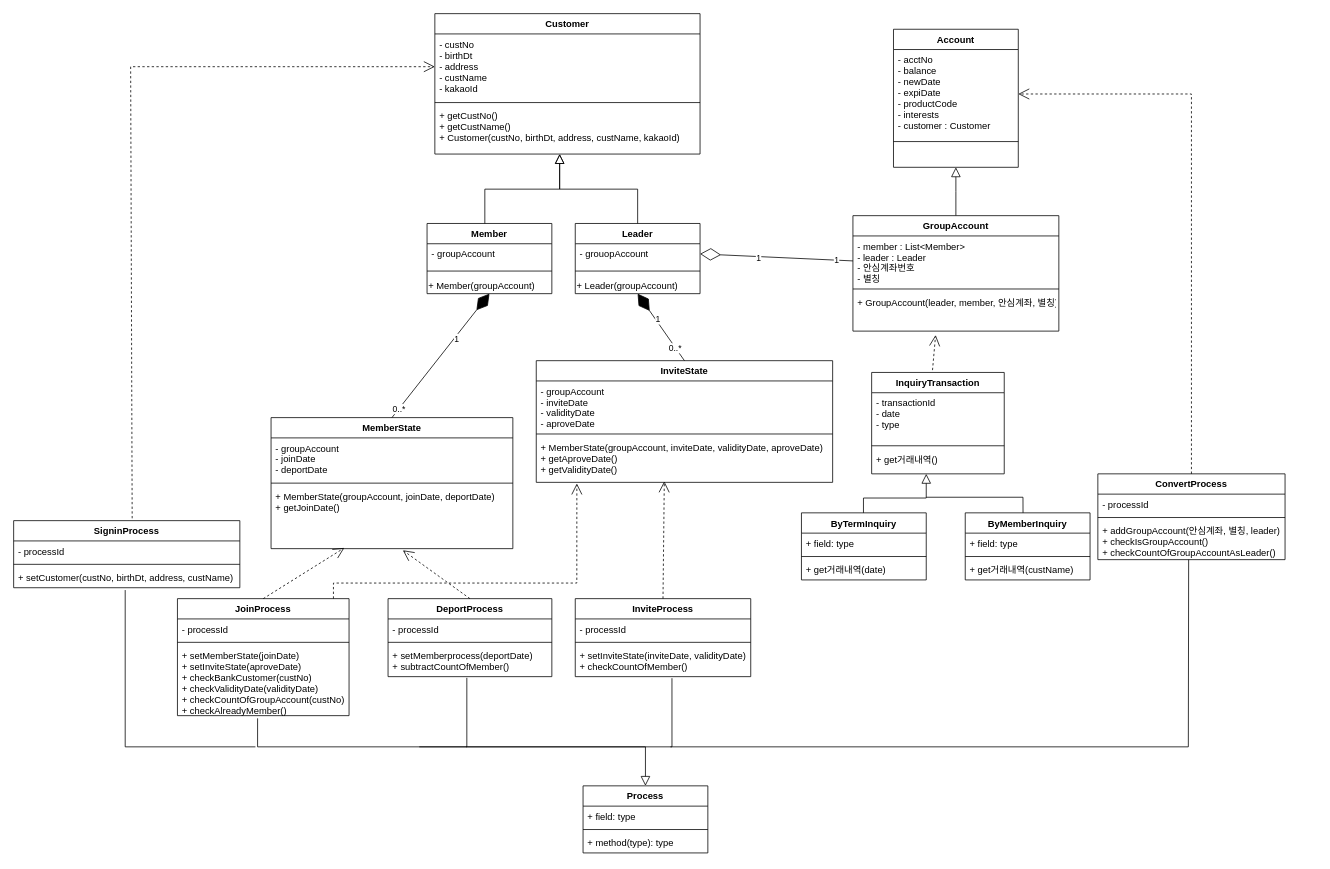
h22j2n/BeakJoon keeps this draw.io diagram as Class Diagram.drawio. Above is the earlier version. Source tidied: cells renumbered, new cells numbered last; positions are measured from the earlier drawing's top-left corner, leaving out a move shared by most shapes. Both pictures are drawn from the tidied source at 78%, with x=0, y=0 at pixel (13, 13).
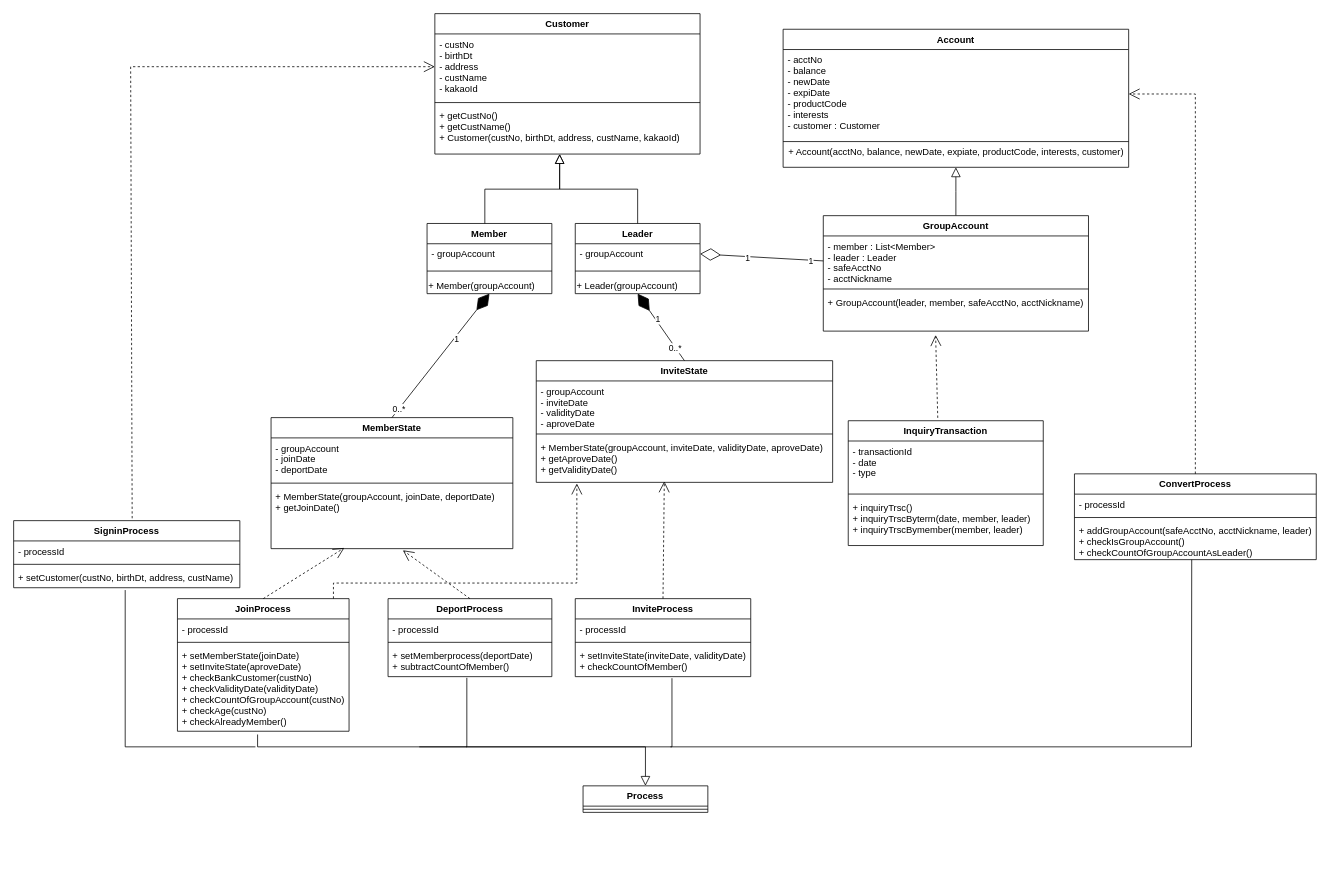
The same page after the edit.

The change refers to these unchanged cells:
```xml
<mxCell id="18" value="Leader" style="swimlane;fontStyle=1;align=center;verticalAlign=top;horizontal=1;startSize=26;" parent="1" vertex="1">
  <mxGeometry x="720" y="269" width="160" height="90" as="geometry" />
</mxCell>
```

Diff of the diagram source:
```diff
@@
     <mxCell id="2" value="Account" style="swimlane;fontStyle=1;align=center;verticalAlign=top;horizontal=1;startSize=26;rounded=0;shadow=0;strokeWidth=1;" parent="1" vertex="1">
-      <mxGeometry x="1128" y="20" width="160" height="177" as="geometry" />
+      <mxGeometry x="986.5" y="20" width="443" height="177" as="geometry" />
     </mxCell>
     <mxCell id="3" value="- acctNo&#10;- balance&#10;- newDate&#10;- expiDate&#10;- productCode&#10;- interests&#10;- customer : Customer" style="text;align=left;verticalAlign=top;spacingLeft=4;spacingRight=4;overflow=hidden;points=[[0,0.5],[1,0.5]];portConstraint=eastwest;" parent="2" vertex="1">
-      <mxGeometry y="26" width="160" height="114" as="geometry" />
+      <mxGeometry y="26" width="443" height="114" as="geometry" />
     </mxCell>
     <mxCell id="4" style="line;html=1;strokeWidth=1;align=left;verticalAlign=middle;spacingTop=-1;spacingLeft=3;spacingRight=3;labelPosition=right;" parent="2" vertex="1">
-      <mxGeometry y="140" width="160" height="8" as="geometry" />
+      <mxGeometry y="140" width="443" height="8" as="geometry" />
     </mxCell>
+    <mxCell id="91" value="+ Account(acctNo, balance, newDate, expiate, productCode, interests, customer)&lt;br&gt;" style="text;html=1;align=center;verticalAlign=middle;" parent="2" vertex="1">
+      <mxGeometry y="148" width="443" height="20" as="geometry" />
+    </mxCell>
@@
     <mxCell id="6" value="GroupAccount" style="swimlane;fontStyle=1;align=center;verticalAlign=top;horizontal=1;startSize=26;" parent="1" vertex="1">
-      <mxGeometry x="1076" y="259" width="264" height="148" as="geometry" />
+      <mxGeometry x="1038" y="259" width="340" height="148" as="geometry" />
     </mxCell>
-    <mxCell id="7" value="- member : List&lt;Member&gt;&#10;- leader : Leader&#10;- 안심계좌번호&#10;- 별칭" style="text;strokeColor=none;fillColor=none;align=left;verticalAlign=top;spacingLeft=4;spacingRight=4;overflow=hidden;points=[[0,0.5],[1,0.5]];portConstraint=eastwest;" parent="6" vertex="1">
-      <mxGeometry y="26" width="264" height="64" as="geometry" />
+    <mxCell id="7" value="- member : List&lt;Member&gt;&#10;- leader : Leader&#10;- safeAcctNo&#10;- acctNickname" style="text;strokeColor=none;fillColor=none;align=left;verticalAlign=top;spacingLeft=4;spacingRight=4;overflow=hidden;points=[[0,0.5],[1,0.5]];portConstraint=eastwest;" parent="6" vertex="1">
+      <mxGeometry y="26" width="340" height="64" as="geometry" />
     </mxCell>
     <mxCell id="8" style="line;strokeWidth=1;fillColor=none;align=left;verticalAlign=middle;spacingTop=-1;spacingLeft=3;spacingRight=3;labelPosition=right;" parent="6" vertex="1">
-      <mxGeometry y="90" width="264" height="8" as="geometry" />
+      <mxGeometry y="90" width="340" height="8" as="geometry" />
     </mxCell>
-    <mxCell id="9" value="+ GroupAccount(leader, member, 안심계좌, 별칭)" style="text;strokeColor=none;fillColor=none;align=left;verticalAlign=top;spacingLeft=4;spacingRight=4;overflow=hidden;" parent="6" vertex="1">
-      <mxGeometry y="98" width="264" height="50" as="geometry" />
+    <mxCell id="9" value="+ GroupAccount(leader, member, safeAcctNo, acctNickname)" style="text;strokeColor=none;fillColor=none;align=left;verticalAlign=top;spacingLeft=4;spacingRight=4;overflow=hidden;" parent="6" vertex="1">
+      <mxGeometry y="98" width="340" height="50" as="geometry" />
     </mxCell>
@@
-    <mxCell id="19" value="- grouopAccount" style="text;strokeColor=none;fillColor=none;align=left;verticalAlign=top;spacingLeft=4;spacingRight=4;overflow=hidden;points=[[0,0.5],[1,0.5]];portConstraint=eastwest;" parent="18" vertex="1">
+    <mxCell id="19" value="- groupAccount" style="text;strokeColor=none;fillColor=none;align=left;verticalAlign=top;spacingLeft=4;spacingRight=4;overflow=hidden;points=[[0,0.5],[1,0.5]];portConstraint=eastwest;" parent="18" vertex="1">
       <mxGeometry y="26" width="160" height="26" as="geometry" />
     </mxCell>
@@
     <mxCell id="34" value="JoinProcess" style="swimlane;fontStyle=1;align=center;verticalAlign=top;horizontal=1;startSize=26;" parent="1" vertex="1">
-      <mxGeometry x="210" y="750" width="220" height="150" as="geometry" />
+      <mxGeometry x="210" y="750" width="220" height="170" as="geometry" />
     </mxCell>
@@
-    <mxCell id="37" value="+ setMemberState(joinDate)&#10;+ setInviteState(aproveDate)&#10;+ checkBankCustomer(custNo)&#10;+ checkValidityDate(validityDate)&#10;+ checkCountOfGroupAccount(custNo)&#10;+ checkAlreadyMember()" style="text;strokeColor=none;fillColor=none;align=left;verticalAlign=top;spacingLeft=4;spacingRight=4;overflow=hidden;points=[[0,0.5],[1,0.5]];portConstraint=eastwest;" parent="34" vertex="1">
-      <mxGeometry y="60" width="220" height="90" as="geometry" />
+    <mxCell id="37" value="+ setMemberState(joinDate)&#10;+ setInviteState(aproveDate)&#10;+ checkBankCustomer(custNo)&#10;+ checkValidityDate(validityDate)&#10;+ checkCountOfGroupAccount(custNo)&#10;+ checkAge(custNo)&#10;+ checkAlreadyMember()" style="text;strokeColor=none;fillColor=none;align=left;verticalAlign=top;spacingLeft=4;spacingRight=4;overflow=hidden;points=[[0,0.5],[1,0.5]];portConstraint=eastwest;" parent="34" vertex="1">
+      <mxGeometry y="60" width="220" height="110" as="geometry" />
     </mxCell>
@@
     <mxCell id="42" value="Process" style="swimlane;fontStyle=1;align=center;verticalAlign=top;horizontal=1;startSize=26;" parent="1" vertex="1">
-      <mxGeometry x="730" y="990" width="160" height="86" as="geometry" />
+      <mxGeometry x="730" y="990" width="160" height="34" as="geometry" />
     </mxCell>
-    <mxCell id="43" value="+ field: type" style="text;strokeColor=none;fillColor=none;align=left;verticalAlign=top;spacingLeft=4;spacingRight=4;overflow=hidden;" parent="42" vertex="1">
-      <mxGeometry y="26" width="160" height="26" as="geometry" />
-    </mxCell>
     <mxCell id="44" style="line;strokeWidth=1;fillColor=none;align=left;verticalAlign=middle;spacingTop=-1;spacingLeft=3;spacingRight=3;labelPosition=right;" parent="42" vertex="1">
-      <mxGeometry y="52" width="160" height="8" as="geometry" />
+      <mxGeometry y="26" width="160" height="8" as="geometry" />
     </mxCell>
-    <mxCell id="45" value="+ method(type): type" style="text;strokeColor=none;fillColor=none;align=left;verticalAlign=top;spacingLeft=4;spacingRight=4;overflow=hidden;" parent="42" vertex="1">
-      <mxGeometry y="60" width="160" height="26" as="geometry" />
-    </mxCell>
@@
     <mxCell id="50" value="InquiryTransaction" style="swimlane;fontStyle=1;align=center;verticalAlign=top;horizontal=1;startSize=26;" parent="1" vertex="1">
-      <mxGeometry x="1100" y="460" width="170" height="130" as="geometry" />
+      <mxGeometry x="1070" y="521.9" width="250" height="160" as="geometry" />
     </mxCell>
     <mxCell id="51" value="- transactionId&#10;- date&#10;- type" style="text;strokeColor=none;fillColor=none;align=left;verticalAlign=top;spacingLeft=4;spacingRight=4;overflow=hidden;" parent="50" vertex="1">
-      <mxGeometry y="26" width="170" height="64" as="geometry" />
+      <mxGeometry y="26" width="250" height="64" as="geometry" />
     </mxCell>
     <mxCell id="52" style="line;strokeWidth=1;fillColor=none;align=left;verticalAlign=middle;spacingTop=-1;spacingLeft=3;spacingRight=3;labelPosition=right;" parent="50" vertex="1">
-      <mxGeometry y="90" width="170" height="8" as="geometry" />
+      <mxGeometry y="90" width="250" height="8" as="geometry" />
     </mxCell>
-    <mxCell id="53" value="+ get거래내역()" style="text;strokeColor=none;fillColor=none;align=left;verticalAlign=top;spacingLeft=4;spacingRight=4;overflow=hidden;" parent="50" vertex="1">
-      <mxGeometry y="98" width="170" height="32" as="geometry" />
+    <mxCell id="53" value="+ inquiryTrsc()&#10;+ inquiryTrscByterm(date, member, leader)&#10;+ inquiryTrscBymember(member, leader)" style="text;strokeColor=none;fillColor=none;align=left;verticalAlign=top;spacingLeft=4;spacingRight=4;overflow=hidden;" parent="50" vertex="1">
+      <mxGeometry y="98" width="250" height="62" as="geometry" />
     </mxCell>
-    <mxCell id="54" value="ByTermInquiry" style="swimlane;fontStyle=1;align=center;verticalAlign=top;horizontal=1;startSize=26;" parent="1" vertex="1">
-      <mxGeometry x="1010" y="640" width="160" height="86" as="geometry" />
-    </mxCell>
-    <mxCell id="55" value="+ field: type" style="text;strokeColor=none;fillColor=none;align=left;verticalAlign=top;spacingLeft=4;spacingRight=4;overflow=hidden;" parent="54" vertex="1">
-      <mxGeometry y="26" width="160" height="26" as="geometry" />
-    </mxCell>
-    <mxCell id="56" style="line;strokeWidth=1;fillColor=none;align=left;verticalAlign=middle;spacingTop=-1;spacingLeft=3;spacingRight=3;labelPosition=right;" parent="54" vertex="1">
-      <mxGeometry y="52" width="160" height="8" as="geometry" />
-    </mxCell>
-    <mxCell id="57" value="+ get거래내역(date)" style="text;strokeColor=none;fillColor=none;align=left;verticalAlign=top;spacingLeft=4;spacingRight=4;overflow=hidden;" parent="54" vertex="1">
-      <mxGeometry y="60" width="160" height="26" as="geometry" />
-    </mxCell>
-    <mxCell id="58" value="ByMemberInquiry" style="swimlane;fontStyle=1;align=center;verticalAlign=top;horizontal=1;startSize=26;" parent="1" vertex="1">
-      <mxGeometry x="1220" y="640" width="160" height="86" as="geometry" />
-    </mxCell>
-    <mxCell id="59" value="+ field: type" style="text;strokeColor=none;fillColor=none;align=left;verticalAlign=top;spacingLeft=4;spacingRight=4;overflow=hidden;" parent="58" vertex="1">
-      <mxGeometry y="26" width="160" height="26" as="geometry" />
-    </mxCell>
-    <mxCell id="60" style="line;strokeWidth=1;fillColor=none;align=left;verticalAlign=middle;spacingTop=-1;spacingLeft=3;spacingRight=3;labelPosition=right;" parent="58" vertex="1">
-      <mxGeometry y="52" width="160" height="8" as="geometry" />
-    </mxCell>
-    <mxCell id="61" value="+ get거래내역(custName)" style="text;strokeColor=none;fillColor=none;align=left;verticalAlign=top;spacingLeft=4;spacingRight=4;overflow=hidden;" parent="58" vertex="1">
-      <mxGeometry y="60" width="160" height="26" as="geometry" />
-    </mxCell>
-    <mxCell id="62" style="endArrow=block;endSize=10;endFill=0;shadow=0;strokeWidth=1;rounded=0;edgeStyle=elbowEdgeStyle;elbow=vertical;exitX=0.5;exitY=0;exitDx=0;exitDy=0;" parent="1" edge="1">
-      <mxGeometry relative="1" as="geometry">
-        <mxPoint x="1089.5" y="640" as="sourcePoint" />
-        <mxPoint x="1170" y="590" as="targetPoint" />
-        <Array as="points">
-          <mxPoint x="1079.5" y="621" />
-        </Array>
-      </mxGeometry>
-    </mxCell>
-    <mxCell id="63" style="endArrow=none;html=1;entryX=0.463;entryY=0;entryDx=0;entryDy=0;entryPerimeter=0;rounded=0;" parent="1" edge="1" target="58">
-      <mxGeometry relative="1" as="geometry">
-        <mxPoint x="1170" y="620" as="sourcePoint" />
-        <Array as="points">
-          <mxPoint x="1294" y="620" />
-        </Array>
-      </mxGeometry>
-    </mxCell>
@@
     <mxCell id="78" value="ConvertProcess" style="swimlane;fontStyle=1;align=center;verticalAlign=top;horizontal=1;startSize=26;" parent="1" vertex="1">
-      <mxGeometry x="1390" y="590" width="240" height="110" as="geometry" />
+      <mxGeometry x="1360" y="590" width="310" height="110" as="geometry" />
     </mxCell>
     <mxCell id="79" value="- processId" style="text;strokeColor=none;fillColor=none;align=left;verticalAlign=top;spacingLeft=4;spacingRight=4;overflow=hidden;" parent="78" vertex="1">
-      <mxGeometry y="26" width="240" height="26" as="geometry" />
+      <mxGeometry y="26" width="310" height="26" as="geometry" />
     </mxCell>
     <mxCell id="80" style="line;strokeWidth=1;fillColor=none;align=left;verticalAlign=middle;spacingTop=-1;spacingLeft=3;spacingRight=3;labelPosition=right;" parent="78" vertex="1">
-      <mxGeometry y="52" width="240" height="8" as="geometry" />
+      <mxGeometry y="52" width="310" height="8" as="geometry" />
     </mxCell>
-    <mxCell id="81" value="+ addGroupAccount(안심계좌, 별칭, leader)&#10;+ checkIsGroupAccount()&#10;+ checkCountOfGroupAccountAsLeader()" style="text;strokeColor=none;fillColor=none;align=left;verticalAlign=top;spacingLeft=4;spacingRight=4;overflow=hidden;points=[[0,0.5],[1,0.5]];portConstraint=eastwest;" parent="78" vertex="1">
-      <mxGeometry y="60" width="240" height="50" as="geometry" />
+    <mxCell id="81" value="+ addGroupAccount(safeAcctNo, acctNickname, leader)&#10;+ checkIsGroupAccount()&#10;+ checkCountOfGroupAccountAsLeader()" style="text;strokeColor=none;fillColor=none;align=left;verticalAlign=top;spacingLeft=4;spacingRight=4;overflow=hidden;points=[[0,0.5],[1,0.5]];portConstraint=eastwest;" parent="78" vertex="1">
+      <mxGeometry y="60" width="310" height="50" as="geometry" />
     </mxCell>
     <mxCell id="82" style="endArrow=none;html=1;rounded=0;entryX=0.485;entryY=1;entryDx=0;entryDy=0;entryPerimeter=0;" parent="1" edge="1" target="81">
       <mxGeometry relative="1" as="geometry">
         <mxPoint x="842" y="940" as="sourcePoint" />
         <Array as="points">
-          <mxPoint x="1506" y="940" />
+          <mxPoint x="1510" y="940" />
         </Array>
       </mxGeometry>
     </mxCell>
     <mxCell id="83" style="endArrow=open;endSize=12;dashed=1;html=1;exitX=0.5;exitY=0;exitDx=0;exitDy=0;entryX=1;entryY=0.5;entryDx=0;entryDy=0;rounded=0;" parent="1" edge="1" source="78" target="3">
       <mxGeometry relative="1" as="geometry">
         <Array as="points">
-          <mxPoint x="1510" y="103" />
+          <mxPoint x="1515" y="103" />
         </Array>
       </mxGeometry>
     </mxCell>
```
